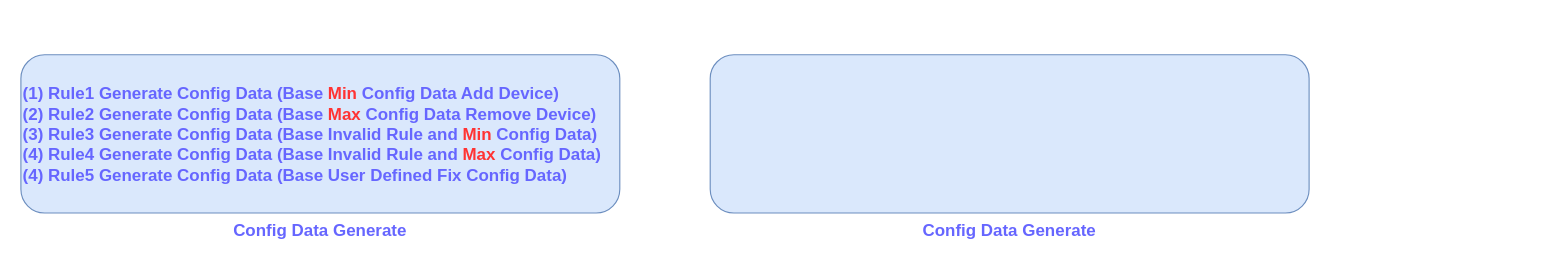
Earlier version of the draw.io diagram config_data_generate.drawio (woshitanwang/pics_procdure). Source tidied: cells renumbered, new cells numbered last; positions are measured from the earlier drawing's top-left corner, leaving out a move shared by most shapes. Both pictures are drawn from the tidied source at 113%, with x=0, y=0 at pixel (20, 54).
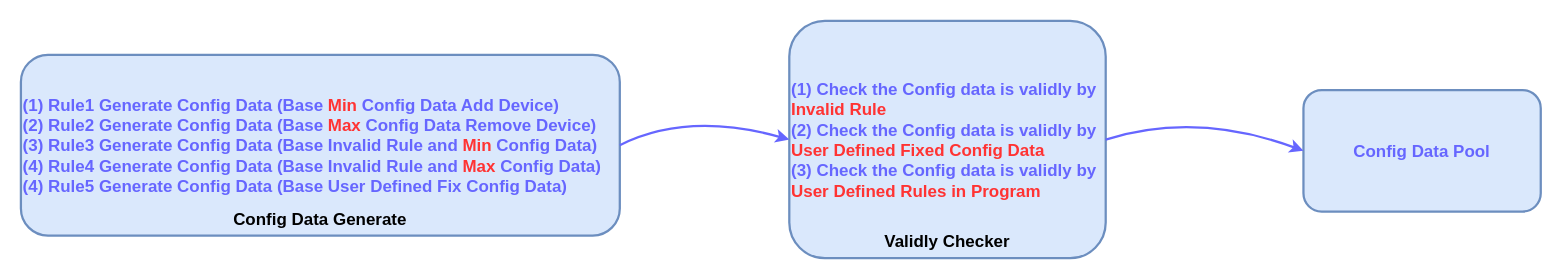
Above is the later version.

What changed in the source:
```diff
@@
 <mxGraphModel>
   <root>
     <mxCell id="0" />
     <mxCell id="1" parent="0" />
-    <mxCell id="2" value="(1) Rule1 Generate Config Data (Base &lt;font color=&quot;#ff3333&quot;&gt;Min &lt;/font&gt;Config Data Add Device)&lt;br style=&quot;font-size: 15px&quot;&gt;(2) Rule2 Generate Config Data (Base &lt;font color=&quot;#ff3333&quot;&gt;Max &lt;/font&gt;Config Data Remove Device)&lt;br style=&quot;font-size: 15px&quot;&gt;(3) Rule3 Generate Config Data (Base Invalid Rule and &lt;font color=&quot;#ff3333&quot;&gt;Min &lt;/font&gt;Config Data)&lt;br&gt;(4) Rule4 Generate Config Data (Base Invalid Rule and &lt;font color=&quot;#ff3333&quot;&gt;Max &lt;/font&gt;Config Data)&lt;br style=&quot;font-size: 15px&quot;&gt;(4) Rule5 Generate Config Data (Base User Defined Fix Config Data)" style="rounded=1;whiteSpace=wrap;html=1;align=left;fillColor=#dae8fc;strokeColor=#6c8ebf;fontSize=15;fontColor=#6666FF;fontStyle=1;verticalAlign=middle;horizontal=1;" parent="1" vertex="1">
-      <mxGeometry width="530" height="140" as="geometry" />
+    <mxCell id="2" value="(1) Rule1 Generate Config Data (Base &lt;font color=&quot;#ff3333&quot;&gt;Min &lt;/font&gt;Config Data Add Device)&lt;br style=&quot;font-size: 15px&quot;&gt;(2) Rule2 Generate Config Data (Base &lt;font color=&quot;#ff3333&quot;&gt;Max &lt;/font&gt;Config Data Remove Device)&lt;br style=&quot;font-size: 15px&quot;&gt;(3) Rule3 Generate Config Data (Base Invalid Rule and &lt;font color=&quot;#ff3333&quot;&gt;Min &lt;/font&gt;Config Data)&lt;br&gt;(4) Rule4 Generate Config Data (Base Invalid Rule and &lt;font color=&quot;#ff3333&quot;&gt;Max &lt;/font&gt;Config Data)&lt;br style=&quot;font-size: 15px&quot;&gt;(4) Rule5 Generate Config Data (Base User Defined Fix Config Data)" style="rounded=1;whiteSpace=wrap;html=1;align=left;fillColor=#dae8fc;strokeColor=#6c8ebf;fontSize=15;fontColor=#6666FF;fontStyle=1;verticalAlign=middle;horizontal=1;strokeWidth=2;" parent="1" vertex="1">
+      <mxGeometry width="530" height="160" as="geometry" />
     </mxCell>
-    <mxCell id="3" value="Config Data Generate" style="text;html=1;strokeColor=none;fillColor=none;align=center;verticalAlign=middle;whiteSpace=wrap;rounded=0;fontSize=15;fontColor=#6666FF;fontStyle=1;" parent="1" vertex="1">
-      <mxGeometry x="175" y="140" width="180" height="30" as="geometry" />
+    <mxCell id="3" value="Config Data Generate" style="text;html=1;strokeColor=none;fillColor=none;align=center;verticalAlign=middle;whiteSpace=wrap;rounded=0;fontSize=15;fontColor=#000000;fontStyle=1;" parent="1" vertex="1">
+      <mxGeometry x="175" y="130" width="180" height="30" as="geometry" />
     </mxCell>
-    <mxCell id="4" style="rounded=1;whiteSpace=wrap;html=1;align=left;fillColor=#dae8fc;strokeColor=#6c8ebf;fontSize=15;fontColor=#6666FF;fontStyle=1;verticalAlign=middle;horizontal=1;" parent="1" vertex="1">
-      <mxGeometry x="610" width="530" height="140" as="geometry" />
+    <mxCell id="4" value="(1) Check the Config data is validly by &lt;font color=&quot;#ff3333&quot;&gt;Invalid Rule&lt;/font&gt;&lt;br&gt;(2) Check the Config data is validly by &lt;font color=&quot;#ff3333&quot;&gt;User Defined Fixed Config Data&lt;/font&gt;&lt;br&gt;(3) Check the Config data is validly by &lt;font color=&quot;#ff3333&quot;&gt;User Defined Rules in Program&lt;/font&gt;" style="rounded=1;whiteSpace=wrap;html=1;align=left;fillColor=#dae8fc;strokeColor=#6c8ebf;fontSize=15;fontColor=#6666FF;fontStyle=1;verticalAlign=middle;horizontal=1;strokeWidth=2;" parent="1" vertex="1">
+      <mxGeometry x="680" y="-30" width="280" height="210" as="geometry" />
     </mxCell>
-    <mxCell id="5" value="Config Data Generate" style="text;html=1;strokeColor=none;fillColor=none;align=center;verticalAlign=middle;whiteSpace=wrap;rounded=0;fontSize=15;fontColor=#6666FF;fontStyle=1;" parent="1" vertex="1">
-      <mxGeometry x="785" y="140" width="180" height="30" as="geometry" />
+    <mxCell id="5" value="Validly Checker" style="text;html=1;strokeColor=none;fillColor=none;align=center;verticalAlign=middle;whiteSpace=wrap;rounded=0;fontSize=15;fontColor=#000000;fontStyle=1;" parent="1" vertex="1">
+      <mxGeometry x="730" y="150" width="180" height="30" as="geometry" />
     </mxCell>
+    <mxCell id="6" style="rounded=1;whiteSpace=wrap;html=1;align=left;fillColor=#dae8fc;strokeColor=#6c8ebf;fontSize=15;fontColor=#6666FF;fontStyle=1;verticalAlign=middle;horizontal=1;strokeWidth=2;" parent="1" vertex="1">
+      <mxGeometry x="1135" y="31.2" width="210" height="107.5" as="geometry" />
+    </mxCell>
+    <mxCell id="7" value="Config Data Pool" style="text;html=1;strokeColor=none;fillColor=none;align=center;verticalAlign=middle;whiteSpace=wrap;rounded=0;fontSize=15;fontColor=#6666FF;fontStyle=1;" parent="1" vertex="1">
+      <mxGeometry x="1150" y="70" width="180" height="30" as="geometry" />
+    </mxCell>
+    <mxCell id="8" style="curved=1;endArrow=classic;html=1;rounded=0;fontSize=15;fontColor=#6666FF;exitX=1;exitY=0.5;exitDx=0;exitDy=0;fontStyle=1;strokeColor=#6666FF;entryX=0;entryY=0.5;entryDx=0;entryDy=0;strokeWidth=2;" parent="1" edge="1" source="2" target="4">
+      <mxGeometry relative="1" as="geometry">
+        <Array as="points">
+          <mxPoint x="590" y="50" />
+        </Array>
+      </mxGeometry>
+    </mxCell>
+    <mxCell id="9" style="curved=1;endArrow=classic;html=1;rounded=0;fontSize=15;fontColor=#000000;entryX=0;entryY=0.5;entryDx=0;entryDy=0;exitX=1;exitY=0.5;exitDx=0;exitDy=0;strokeColor=#6666FF;strokeWidth=2;" parent="1" edge="1" source="4" target="6">
+      <mxGeometry relative="1" as="geometry">
+        <Array as="points">
+          <mxPoint x="1040" y="50" />
+        </Array>
+      </mxGeometry>
+    </mxCell>
   </root>
 </mxGraphModel>
```
